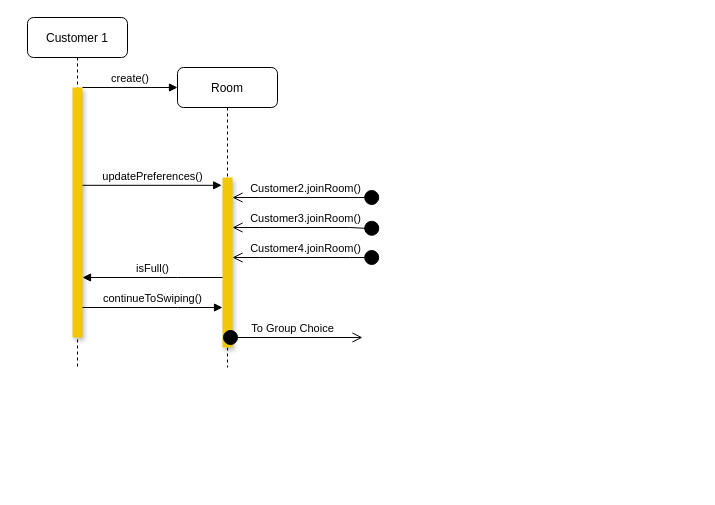
Earlier version of the draw.io diagram docs/contributions/itsikelis/Phase 4/Sequence Diagrams v0.1/customer-create-room-sequence.drawio (iloudaros/nomnomr). Source tidied: cells renumbered, new cells numbered last; positions are measured from the earlier drawing's top-left corner, leaving out a move shared by most shapes. Both pictures are drawn from the tidied source at 100%, with x=0, y=0 at pixel (27, 17).
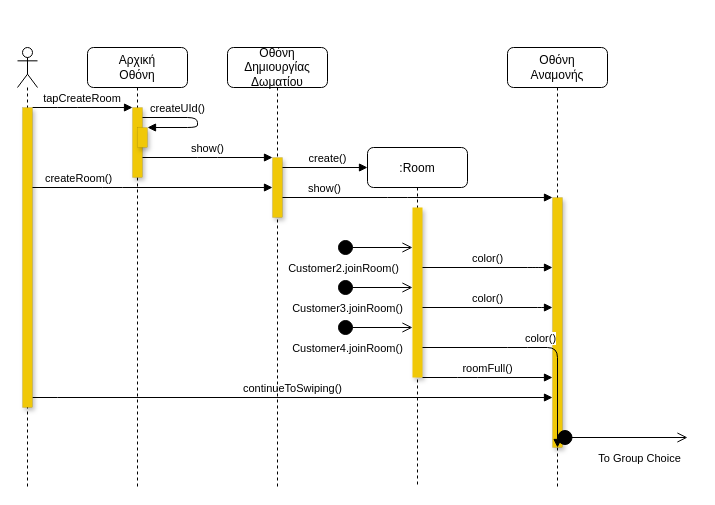
Above is the later version.

Commit message (it also covers changes not shown here):
Added .txt with changes made on robustness diagrams.

What changed in the source:
```diff
@@
-    <mxCell id="2" value="Customer 1" style="shape=umlLifeline;perimeter=lifelinePerimeter;rounded=1;shadow=0;strokeWidth=1;" parent="1" vertex="1">
-      <mxGeometry width="100" height="350" as="geometry" />
-    </mxCell>
-    <mxCell id="3" style="points=[];perimeter=orthogonalPerimeter;rounded=0;shadow=1;strokeWidth=1;fillColor=#F0C808;strokeColor=none;" parent="2" vertex="1">
-      <mxGeometry x="45" y="70" width="10" height="250" as="geometry" />
-    </mxCell>
-    <mxCell id="4" value="Room" style="shape=umlLifeline;perimeter=lifelinePerimeter;rounded=1;shadow=0;strokeWidth=1;" parent="1" vertex="1">
-      <mxGeometry x="150" y="50" width="100" height="300" as="geometry" />
-    </mxCell>
-    <mxCell id="5" style="points=[];perimeter=orthogonalPerimeter;rounded=0;shadow=1;strokeWidth=1;fillColor=#F0C808;strokeColor=none;" parent="4" vertex="1">
-      <mxGeometry x="45" y="110" width="10" height="170" as="geometry" />
-    </mxCell>
-    <mxCell id="6" value="isFull()" style="html=1;verticalAlign=bottom;endArrow=block;rounded=0;shadow=0;" parent="4" edge="1">
-      <mxGeometry relative="1" as="geometry">
-        <mxPoint x="45" y="210" as="sourcePoint" />
-        <mxPoint x="-95" y="210" as="targetPoint" />
-        <Array as="points">
-          <mxPoint y="210" />
-        </Array>
-      </mxGeometry>
-    </mxCell>
-    <mxCell id="7" value="To Group Choice" style="html=1;verticalAlign=bottom;startArrow=circle;startFill=1;endArrow=open;startSize=6;endSize=8;rounded=0;shadow=0;labelBorderColor=none;" parent="4" edge="1">
-      <mxGeometry relative="1" as="geometry">
-        <mxPoint x="45" y="270" as="sourcePoint" />
-        <mxPoint x="185" y="270" as="targetPoint" />
-      </mxGeometry>
-    </mxCell>
+    <mxCell id="14" value=":Room" style="shape=umlLifeline;perimeter=lifelinePerimeter;rounded=1;shadow=0;strokeWidth=1;" parent="1" vertex="1">
+      <mxGeometry x="340" y="130" width="100" height="340" as="geometry" />
+    </mxCell>
+    <mxCell id="15" style="points=[];perimeter=orthogonalPerimeter;rounded=0;shadow=1;strokeWidth=1;fillColor=#F0C808;strokeColor=none;" parent="14" vertex="1">
+      <mxGeometry x="45" y="60" width="10" height="170" as="geometry" />
+    </mxCell>
+    <mxCell id="16" value="tapCreateRoom" style="verticalAlign=bottom;endArrow=block;shadow=0;strokeWidth=1;" parent="1" edge="1" source="18" target="20">
+      <mxGeometry relative="1" as="geometry">
+        <Array as="points">
+          <mxPoint x="40" y="90" />
+        </Array>
+      </mxGeometry>
+    </mxCell>
+    <mxCell id="12" value="Customer2.joinRoom()" style="html=1;verticalAlign=bottom;startArrow=circle;startFill=1;endArrow=open;startSize=6;endSize=8;rounded=0;shadow=0;" parent="1" edge="1" target="15">
+      <mxGeometry x="-0.85" y="-30" relative="1" as="geometry">
+        <mxPoint x="310" y="230" as="sourcePoint" />
+      </mxGeometry>
+    </mxCell>
+    <mxCell id="13" value="continueToSwiping()" style="html=1;verticalAlign=bottom;endArrow=block;rounded=0;shadow=0;" parent="1" edge="1" source="18" target="28">
+      <mxGeometry relative="1" as="geometry">
+        <Array as="points">
+          <mxPoint x="30" y="380" />
+        </Array>
+      </mxGeometry>
+    </mxCell>
+    <mxCell id="17" style="shape=umlLifeline;participant=umlActor;perimeter=lifelinePerimeter;whiteSpace=wrap;html=1;verticalAlign=top;spacingTop=36;" parent="1" vertex="1">
+      <mxGeometry x="-10" y="30" width="20" height="440" as="geometry" />
+    </mxCell>
+    <mxCell id="18" style="points=[];perimeter=orthogonalPerimeter;rounded=0;shadow=1;strokeWidth=0;fillColor=#F0C808;strokeColor=default;dashed=1;dashPattern=1 4;" parent="17" vertex="1">
+      <mxGeometry x="5" y="60" width="10" height="300" as="geometry" />
+    </mxCell>
+    <mxCell id="19" value="Αρχική&lt;br&gt;Οθόνη" style="shape=umlLifeline;perimeter=lifelinePerimeter;whiteSpace=wrap;html=1;glass=0;rounded=1;" parent="1" vertex="1">
+      <mxGeometry x="60" y="30" width="100" height="440" as="geometry" />
+    </mxCell>
+    <mxCell id="20" style="html=1;points=[];perimeter=orthogonalPerimeter;fillColor=#F0C808;strokeColor=default;shadow=1;dashed=1;dashPattern=1 4;strokeWidth=0;" parent="19" vertex="1">
+      <mxGeometry x="45" y="60" width="10" height="70" as="geometry" />
+    </mxCell>
+    <mxCell id="21" style="html=1;points=[];perimeter=orthogonalPerimeter;fillColor=#F0C808;strokeColor=default;shadow=1;strokeWidth=0;dashed=1;dashPattern=1 4;" parent="19" vertex="1">
+      <mxGeometry x="50" y="80" width="10" height="20" as="geometry" />
+    </mxCell>
+    <mxCell id="22" value="createUId()" style="html=1;verticalAlign=bottom;endArrow=block;rounded=1;" parent="19" edge="1" source="20" target="21">
+      <mxGeometry x="-0.39" relative="1" as="geometry">
+        <Array as="points">
+          <mxPoint x="110" y="70" />
+          <mxPoint x="110" y="80" />
+        </Array>
+      </mxGeometry>
+    </mxCell>
+    <mxCell id="23" value="Οθόνη Δημιουργίας&lt;br&gt;Δωματίου" style="shape=umlLifeline;perimeter=lifelinePerimeter;whiteSpace=wrap;html=1;rounded=1;" parent="1" vertex="1">
+      <mxGeometry x="200" y="30" width="100" height="440" as="geometry" />
+    </mxCell>
+    <mxCell id="24" style="html=1;points=[];perimeter=orthogonalPerimeter;fillColor=#F0C808;strokeColor=default;shadow=1;dashed=1;dashPattern=1 4;strokeWidth=0;" parent="23" vertex="1">
+      <mxGeometry x="45" y="110" width="10" height="60" as="geometry" />
+    </mxCell>
+    <mxCell id="25" value="show()" style="html=1;verticalAlign=bottom;endArrow=block;rounded=1;" parent="1" edge="1" source="20" target="24">
+      <mxGeometry relative="1" as="geometry">
+        <Array as="points">
+          <mxPoint x="180" y="140" />
+        </Array>
+      </mxGeometry>
+    </mxCell>
+    <mxCell id="26" value="createRoom()" style="html=1;verticalAlign=bottom;endArrow=block;rounded=1;" parent="1" edge="1" source="18" target="24">
+      <mxGeometry x="-0.62" relative="1" as="geometry">
+        <Array as="points">
+          <mxPoint x="85" y="170" />
+        </Array>
+      </mxGeometry>
+    </mxCell>
-    <mxCell id="8" value="create()" style="verticalAlign=bottom;endArrow=block;shadow=0;strokeWidth=1;" parent="1" edge="1" source="3">
-      <mxGeometry relative="1" as="geometry">
-        <mxPoint x="150" y="70" as="targetPoint" />
+    <mxCell id="8" value="create()" style="html=1;verticalAlign=bottom;endArrow=block;rounded=1;" parent="1" edge="1" source="24">
+      <mxGeometry x="0.06" relative="1" as="geometry">
+        <mxPoint x="340" y="150" as="targetPoint" />
       </mxGeometry>
     </mxCell>
-    <mxCell id="9" value="updatePreferences()" style="html=1;verticalAlign=bottom;endArrow=block;rounded=0;shadow=0;entryX=-0.083;entryY=0.046;entryDx=0;entryDy=0;entryPerimeter=0;" parent="1" edge="1" source="3" target="5">
-      <mxGeometry relative="1" as="geometry" />
-    </mxCell>
-    <mxCell id="10" value="Customer3.joinRoom()" style="html=1;verticalAlign=bottom;startArrow=circle;startFill=1;endArrow=open;startSize=6;endSize=8;rounded=0;shadow=0;" parent="1" edge="1" target="5">
-      <mxGeometry relative="1" as="geometry">
-        <mxPoint x="352.2" y="210" as="sourcePoint" />
-        <Array as="points">
-          <mxPoint x="342.2" y="211" />
-          <mxPoint x="322.2" y="210" />
-          <mxPoint x="232.2" y="210" />
-        </Array>
+    <mxCell id="10" value="Customer3.joinRoom()" style="html=1;verticalAlign=bottom;startArrow=circle;startFill=1;endArrow=open;startSize=6;endSize=8;rounded=0;shadow=0;" parent="1" edge="1" target="15">
+      <mxGeometry x="-0.73" y="-30" relative="1" as="geometry">
+        <mxPoint x="310" y="270" as="sourcePoint" />
       </mxGeometry>
     </mxCell>
-    <mxCell id="11" value="Customer4.joinRoom()" style="html=1;verticalAlign=bottom;startArrow=circle;startFill=1;endArrow=open;startSize=6;endSize=8;rounded=0;shadow=0;" parent="1" edge="1" target="5">
-      <mxGeometry relative="1" as="geometry">
-        <mxPoint x="352.2" y="240" as="sourcePoint" />
-        <Array as="points">
-          <mxPoint x="322.2" y="240" />
-          <mxPoint x="232.2" y="240" />
-        </Array>
+    <mxCell id="11" value="Customer4.joinRoom()" style="html=1;verticalAlign=bottom;startArrow=circle;startFill=1;endArrow=open;startSize=6;endSize=8;rounded=0;shadow=0;" parent="1" edge="1" target="15">
+      <mxGeometry x="-0.73" y="-30" relative="1" as="geometry">
+        <mxPoint x="310" y="310" as="sourcePoint" />
       </mxGeometry>
     </mxCell>
-    <mxCell id="12" value="Customer2.joinRoom()" style="html=1;verticalAlign=bottom;startArrow=circle;startFill=1;endArrow=open;startSize=6;endSize=8;rounded=0;shadow=0;" parent="1" edge="1" target="5">
-      <mxGeometry relative="1" as="geometry">
-        <mxPoint x="352.2" y="180" as="sourcePoint" />
-        <Array as="points">
-          <mxPoint x="322.2" y="180" />
-          <mxPoint x="232.2" y="180" />
-        </Array>
-      </mxGeometry>
-    </mxCell>
-    <mxCell id="13" value="continueToSwiping()" style="html=1;verticalAlign=bottom;endArrow=block;rounded=0;shadow=0;" parent="1" edge="1" source="3" target="5">
-      <mxGeometry relative="1" as="geometry">
-        <Array as="points">
-          <mxPoint x="150" y="290" />
-        </Array>
-      </mxGeometry>
-    </mxCell>
+    <mxCell id="27" value="Οθόνη&lt;br&gt;Αναμονής" style="shape=umlLifeline;perimeter=lifelinePerimeter;whiteSpace=wrap;html=1;outlineConnect=0;rounded=1;" parent="1" vertex="1">
+      <mxGeometry x="480" y="30" width="100" height="440" as="geometry" />
+    </mxCell>
+    <mxCell id="28" style="html=1;points=[];perimeter=orthogonalPerimeter;fillColor=#F0C808;strokeColor=default;shadow=1;dashed=1;dashPattern=1 4;strokeWidth=0;" parent="27" vertex="1">
+      <mxGeometry x="45" y="150" width="10" height="250" as="geometry" />
+    </mxCell>
+    <mxCell id="29" value="show()" style="html=1;verticalAlign=bottom;endArrow=block;rounded=1;" parent="1" edge="1" source="24" target="28">
+      <mxGeometry x="-0.69" relative="1" as="geometry">
+        <Array as="points">
+          <mxPoint x="370" y="180" />
+        </Array>
+      </mxGeometry>
+    </mxCell>
+    <mxCell id="7" value="To Group Choice" style="html=1;verticalAlign=bottom;startArrow=circle;startFill=1;endArrow=open;startSize=6;endSize=8;rounded=0;shadow=0;labelBorderColor=none;" parent="1" edge="1" source="27">
+      <mxGeometry x="0.25" y="-30" relative="1" as="geometry">
+        <mxPoint x="660" y="420" as="targetPoint" />
+      </mxGeometry>
+    </mxCell>
+    <mxCell id="30" value="color()" style="html=1;verticalAlign=bottom;endArrow=block;rounded=1;" parent="1" edge="1" source="15" target="28">
+      <mxGeometry relative="1" as="geometry">
+        <Array as="points">
+          <mxPoint x="510" y="250" />
+        </Array>
+      </mxGeometry>
+    </mxCell>
+    <mxCell id="31" value="color()" style="html=1;verticalAlign=bottom;endArrow=block;rounded=1;" parent="1" edge="1" source="15" target="28">
+      <mxGeometry relative="1" as="geometry">
+        <Array as="points">
+          <mxPoint x="520" y="290" />
+        </Array>
+      </mxGeometry>
+    </mxCell>
+    <mxCell id="32" value="color()" style="html=1;verticalAlign=bottom;endArrow=block;rounded=1;" parent="1" edge="1" source="15" target="28">
+      <mxGeometry relative="1" as="geometry">
+        <Array as="points">
+          <mxPoint x="490" y="330" />
+          <mxPoint x="530" y="330" />
+        </Array>
+      </mxGeometry>
+    </mxCell>
+    <mxCell id="33" value="roomFull()" style="html=1;verticalAlign=bottom;endArrow=block;rounded=1;" parent="1" edge="1" source="15" target="28">
+      <mxGeometry relative="1" as="geometry">
+        <Array as="points">
+          <mxPoint x="440" y="360" />
+        </Array>
+      </mxGeometry>
+    </mxCell>
```
